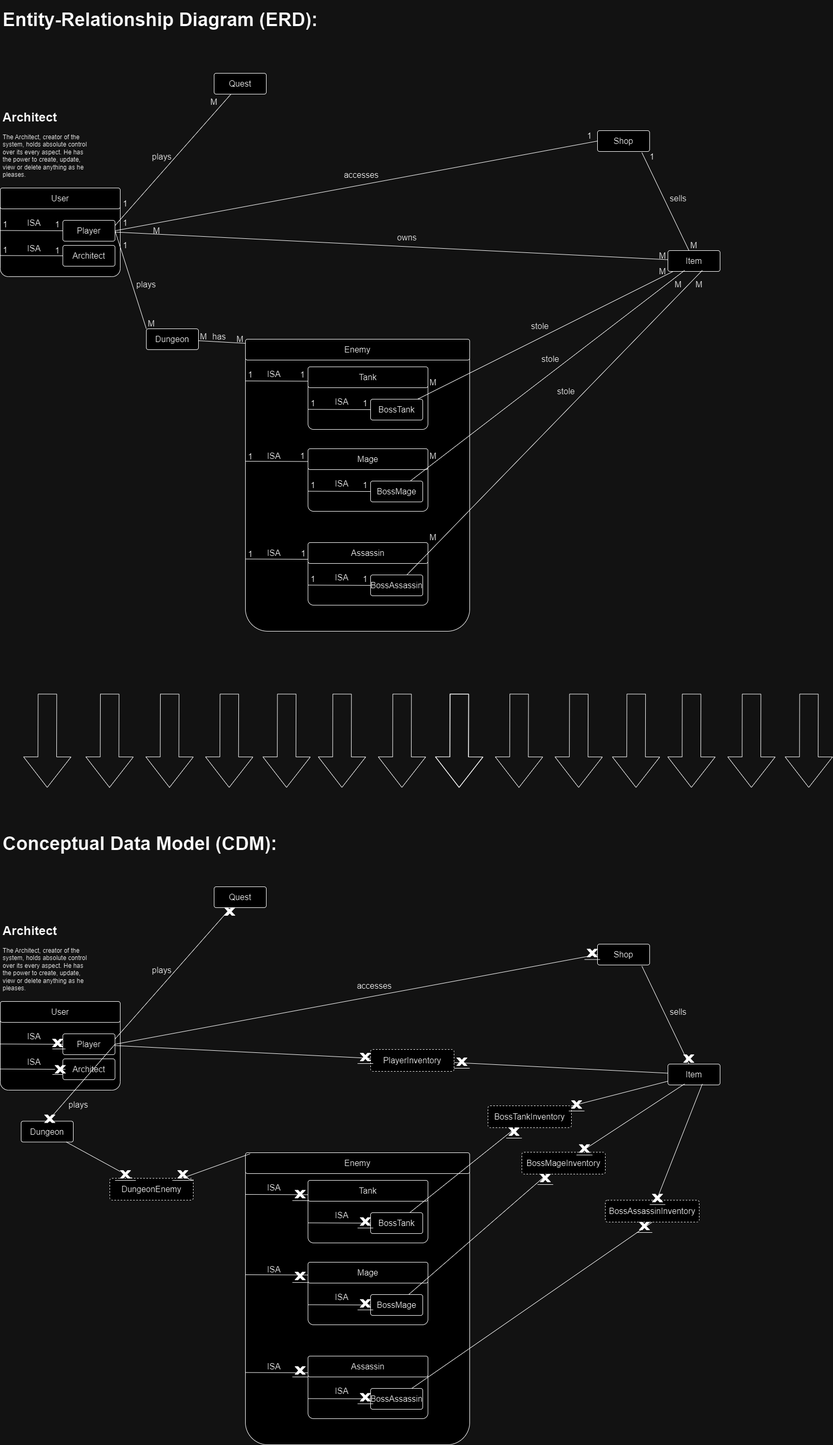
Above: diagram/SoloOdyssey.drawio.png in Alexco2003/Solo-Odyssey (draw.io), before the change. Source tidied: cells renumbered, new cells last; positions are measured from the earlier drawing's top-left corner, leaving out a move shared by most shapes.
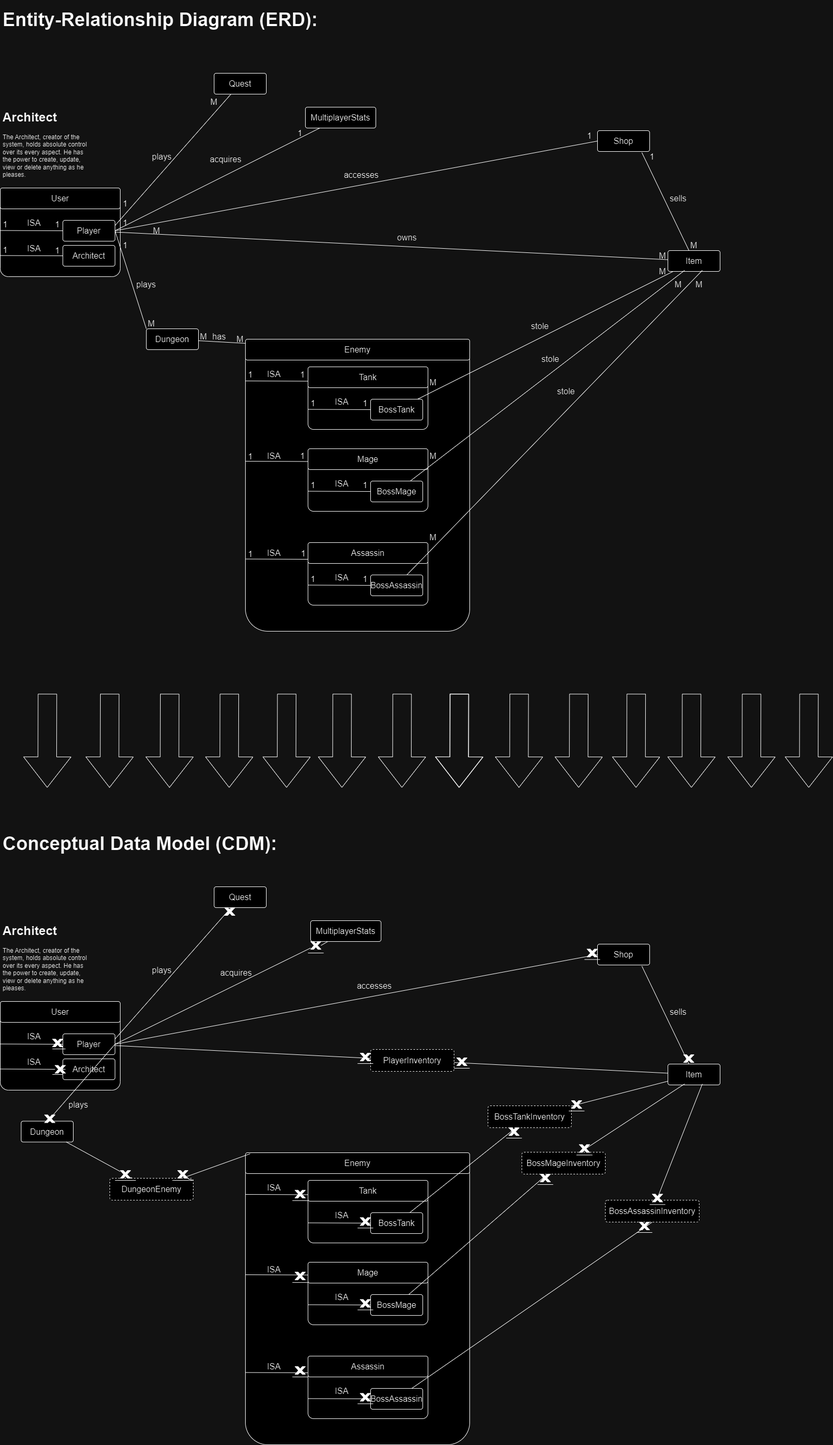
After the change.

Commit message:
added multiplayer stats, changed diagram, made pvp playable. pvp menu is ready.

Change to the diagram source:
```diff
@@ -771,5 +771,38 @@
         <mxPoint x="260" y="2253" as="targetPoint" />
       </mxGeometry>
     </mxCell>
+    <mxCell id="209" value="MultiplayerStats" style="rounded=1;arcSize=10;whiteSpace=wrap;html=1;align=center;fontSize=16;" parent="1" vertex="1">
+      <mxGeometry x="585" y="195" width="135" height="40" as="geometry" />
+    </mxCell>
+    <mxCell id="210" style="endArrow=none;html=1;rounded=0;exitX=1;exitY=0.5;exitDx=0;exitDy=0;" parent="1" edge="1" source="3" target="209">
+      <mxGeometry relative="1" as="geometry" />
+    </mxCell>
+    <mxCell id="211" value="1" style="text;html=1;strokeColor=none;fillColor=none;align=center;verticalAlign=middle;whiteSpace=wrap;rounded=0;fontSize=16;" parent="1" vertex="1">
+      <mxGeometry x="565" y="235" width="20" height="20" as="geometry" />
+    </mxCell>
+    <mxCell id="212" value="MultiplayerStats" style="rounded=1;arcSize=10;whiteSpace=wrap;html=1;align=center;fontSize=16;" parent="1" vertex="1">
+      <mxGeometry x="595" y="1755" width="135" height="40" as="geometry" />
+    </mxCell>
+    <mxCell id="213" value="acquires" style="text;html=1;strokeColor=none;fillColor=none;align=center;verticalAlign=middle;whiteSpace=wrap;rounded=0;fontSize=16;" parent="1" vertex="1">
+      <mxGeometry x="395" y="280" width="75" height="30" as="geometry" />
+    </mxCell>
+    <mxCell id="214" value="acquires" style="text;html=1;strokeColor=none;fillColor=none;align=center;verticalAlign=middle;whiteSpace=wrap;rounded=0;fontSize=16;" parent="1" vertex="1">
+      <mxGeometry x="415" y="1840" width="75" height="30" as="geometry" />
+    </mxCell>
+    <mxCell id="215" style="endArrow=none;html=1;rounded=0;exitX=1;exitY=0.5;exitDx=0;exitDy=0;" parent="1" edge="1" source="217" target="212">
+      <mxGeometry relative="1" as="geometry" />
+    </mxCell>
+    <mxCell id="216" style="endArrow=none;html=1;rounded=0;exitX=1;exitY=0.5;exitDx=0;exitDy=0;" parent="1" edge="1" source="91" target="217">
+      <mxGeometry relative="1" as="geometry" />
+    </mxCell>
+    <mxCell id="217" style="verticalLabelPosition=bottom;verticalAlign=top;html=1;shape=mxgraph.basic.x;strokeColor=default;fillColor=#000000;" parent="1" vertex="1">
+      <mxGeometry x="595" y="1795" width="20" height="15" as="geometry" />
+    </mxCell>
+    <mxCell id="218" style="endArrow=none;html=1;rounded=0;" parent="1" edge="1">
+      <mxGeometry relative="1" as="geometry">
+        <mxPoint x="590" y="1817" as="sourcePoint" />
+        <mxPoint x="620" y="1817" as="targetPoint" />
+      </mxGeometry>
+    </mxCell>
   </root>
 </mxGraphModel>
```
